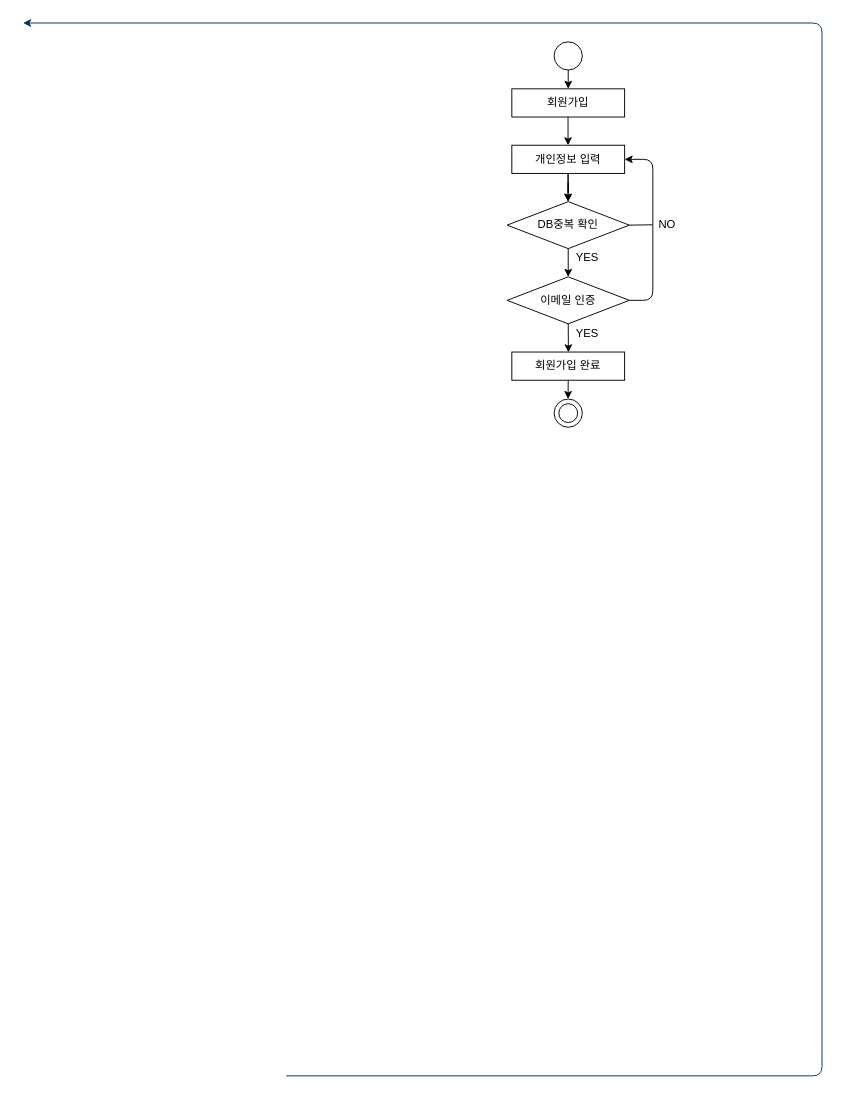
Before: 네비게이션 흐름도/회원가입.drawio in snowskyblue/-, a draw.io diagram. Source tidied: cells renumbered, new cells numbered last; positions are measured from the earlier drawing's top-left corner, leaving out a move shared by most shapes. Both pictures are drawn from the tidied source at 94%, with x=0, y=0 at pixel (23, 23).
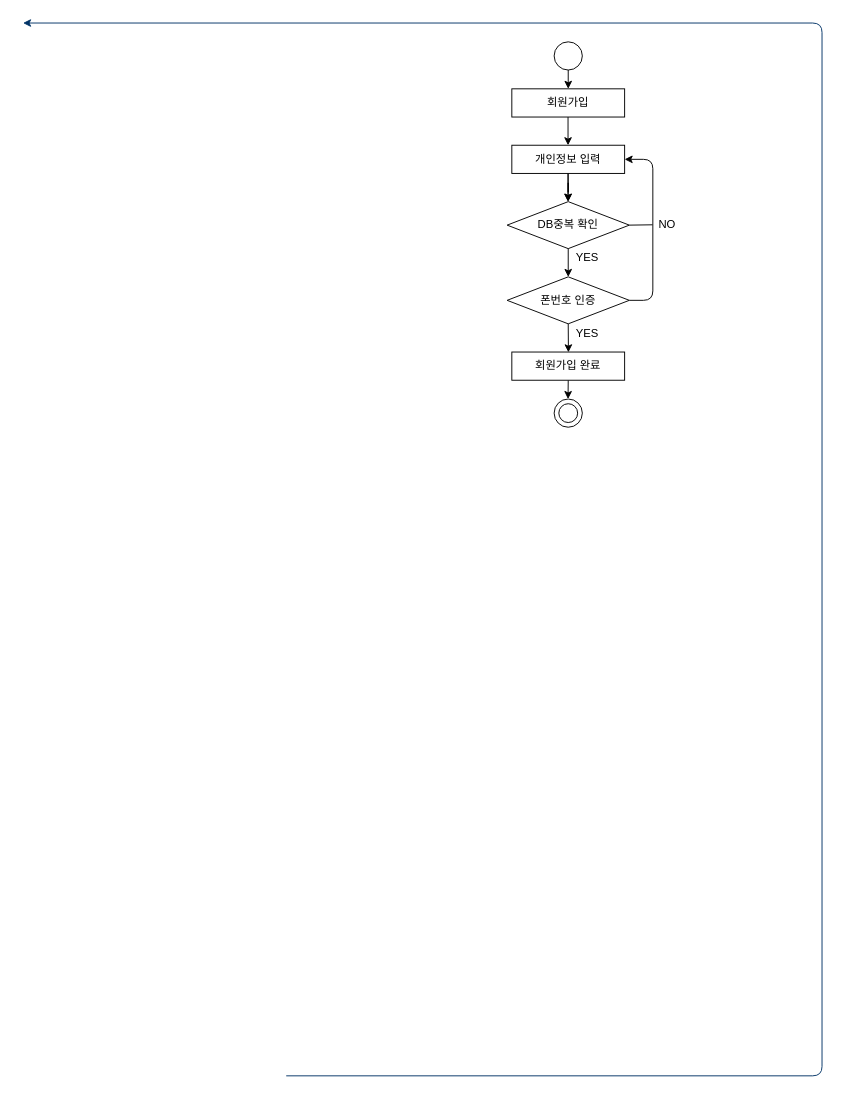
Above is the later version.

Change to the diagram source:
```diff
@@
-    <mxCell id="18" value="이메일 인증" style="rhombus;whiteSpace=wrap;html=1;" parent="1" vertex="1">
+    <mxCell id="18" value="폰번호 인증" style="rhombus;whiteSpace=wrap;html=1;" parent="1" vertex="1">
       <mxGeometry x="515" y="270" width="130" height="50" as="geometry" />
     </mxCell>
```
